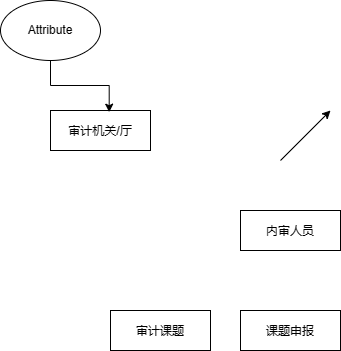
This is 未命名绘图.drawio.png from chenxuansoeasy/BERT-pytorch, a draw.io export, as it was before one commit. Source tidied: cells renumbered, new cells last; positions are measured from the earlier drawing's top-left corner, leaving out a move shared by most shapes.
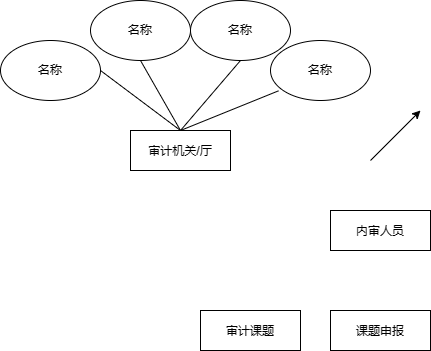
The same diagram one commit later.

Commit message:
更新未命名绘图.drawio.png

The edit, as a diff of the source:
```diff
@@ -2,8 +2,11 @@
   <root>
     <mxCell id="0" />
     <mxCell id="1" parent="0" />
+    <mxCell id="9" style="rounded=0;jettySize=auto;html=1;exitX=0.5;exitY=0;exitDx=0;exitDy=0;entryX=0.08;entryY=0.839;entryDx=0;entryDy=0;entryPerimeter=0;endArrow=none;endFill=0;" parent="1" edge="1" source="2" target="12">
+      <mxGeometry relative="1" as="geometry" />
+    </mxCell>
     <mxCell id="2" value="&lt;p class=&quot;MsoNormal&quot;&gt;&lt;font face=&quot;Segoe UI&quot;&gt;审计机关&lt;/font&gt;/厅&lt;/p&gt;" style="whiteSpace=wrap;html=1;align=center;" parent="1" vertex="1">
-      <mxGeometry x="50" y="110" width="100" height="40" as="geometry" />
+      <mxGeometry x="40" y="130" width="100" height="40" as="geometry" />
     </mxCell>
     <mxCell id="3" value="&lt;p class=&quot;MsoNormal&quot;&gt;&lt;font face=&quot;Segoe UI&quot;&gt;内审人员&lt;/font&gt;&lt;/p&gt;" style="whiteSpace=wrap;html=1;align=center;" parent="1" vertex="1">
       <mxGeometry x="240" y="210" width="100" height="40" as="geometry" />
@@ -14,10 +17,10 @@
     <mxCell id="5" value="&lt;p class=&quot;MsoNormal&quot;&gt;&lt;font face=&quot;Segoe UI&quot;&gt;课题申报&lt;/font&gt;&lt;/p&gt;" style="whiteSpace=wrap;html=1;align=center;" parent="1" vertex="1">
       <mxGeometry x="240" y="310" width="100" height="40" as="geometry" />
     </mxCell>
-    <mxCell id="6" style="edgeStyle=orthogonalEdgeStyle;rounded=0;jettySize=auto;html=1;exitX=0.5;exitY=1;exitDx=0;exitDy=0;entryX=0.587;entryY=0.042;entryDx=0;entryDy=0;entryPerimeter=0;" parent="1" edge="1" source="7" target="2">
+    <mxCell id="6" style="rounded=0;jettySize=auto;html=1;exitX=0.5;exitY=1;exitDx=0;exitDy=0;entryX=0.5;entryY=0;entryDx=0;entryDy=0;endArrow=none;endFill=0;" parent="1" edge="1" source="7" target="2">
       <mxGeometry relative="1" as="geometry" />
     </mxCell>
-    <mxCell id="7" value="Attribute" style="ellipse;whiteSpace=wrap;html=1;align=center;" parent="1" vertex="1">
+    <mxCell id="7" value="名称" style="ellipse;whiteSpace=wrap;html=1;align=center;" parent="1" vertex="1">
       <mxGeometry width="100" height="60" as="geometry" />
     </mxCell>
     <mxCell id="8" style="endArrow=classic;html=1;rounded=0;" parent="1" edge="1">
@@ -26,5 +29,20 @@
         <mxPoint x="330" y="110" as="targetPoint" />
       </mxGeometry>
     </mxCell>
+    <mxCell id="10" style="rounded=0;jettySize=auto;html=1;exitX=0.5;exitY=1;exitDx=0;exitDy=0;endArrow=none;endFill=0;entryX=0.5;entryY=0;entryDx=0;entryDy=0;" parent="1" edge="1" source="11" target="2">
+      <mxGeometry relative="1" as="geometry" />
+    </mxCell>
+    <mxCell id="11" value="名称" style="ellipse;whiteSpace=wrap;html=1;align=center;" parent="1" vertex="1">
+      <mxGeometry x="100" width="100" height="60" as="geometry" />
+    </mxCell>
+    <mxCell id="12" value="名称" style="ellipse;whiteSpace=wrap;html=1;align=center;" parent="1" vertex="1">
+      <mxGeometry x="180" y="40" width="100" height="60" as="geometry" />
+    </mxCell>
+    <mxCell id="13" style="rounded=0;jettySize=auto;html=1;exitX=1;exitY=0.5;exitDx=0;exitDy=0;entryX=0.5;entryY=0;entryDx=0;entryDy=0;endArrow=none;endFill=0;" parent="1" edge="1" source="14" target="2">
+      <mxGeometry relative="1" as="geometry" />
+    </mxCell>
+    <mxCell id="14" value="名称" style="ellipse;whiteSpace=wrap;html=1;align=center;" parent="1" vertex="1">
+      <mxGeometry x="-90" y="40" width="100" height="60" as="geometry" />
+    </mxCell>
   </root>
 </mxGraphModel>
```
